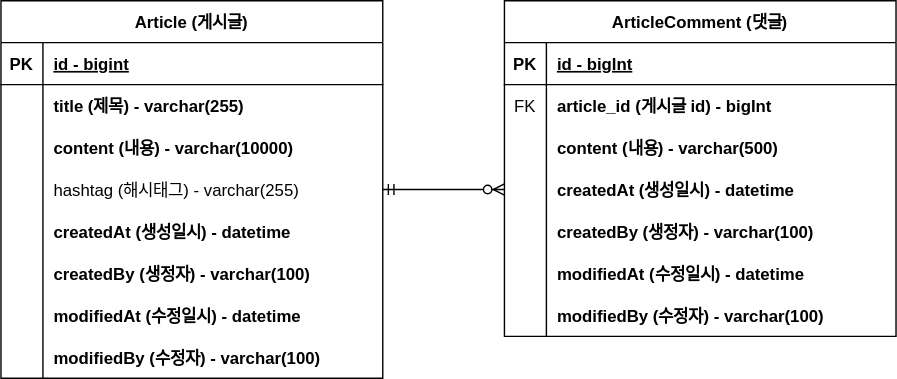
Before: document/project-board-erd.svg, a diagram exported from draw.io (k1064190/fastcampus-project-board). Source tidied: cells renumbered, new cells last; positions are measured from the earlier drawing's top-left corner, leaving out a move shared by most shapes.
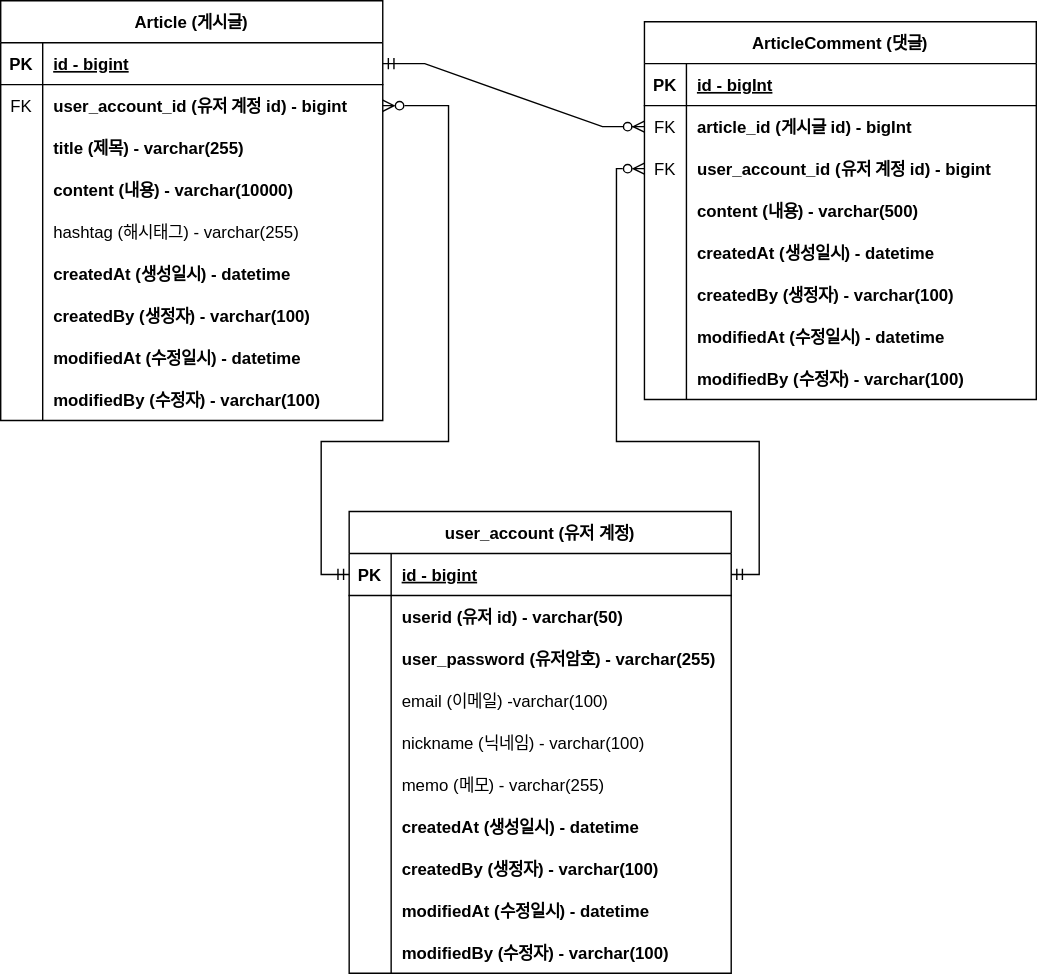
After the change.

Diff of the diagram source:
```diff
@@ -3,7 +3,7 @@
     <mxCell id="0" />
     <mxCell id="1" parent="0" />
     <mxCell id="2" value="Article (게시글)" style="shape=table;startSize=30;rowLines=0;fontStyle=1;align=center;" parent="1" vertex="1">
-      <mxGeometry width="273" height="270" as="geometry" />
+      <mxGeometry x="-100" y="-15" width="273" height="300" as="geometry" />
     </mxCell>
     <mxCell id="3" style="shape=tableRow;horizontal=0;startSize=0;swimlaneHead=0;swimlaneBody=0;fillColor=none;points=[[0,0.5],[1,0.5]];portConstraint=eastwest;top=0;left=0;right=0;bottom=1;" parent="2" vertex="1">
       <mxGeometry y="30" width="273" height="30" as="geometry" />
@@ -17,14 +17,23 @@
     <mxCell id="6" style="shape=tableRow;horizontal=0;startSize=0;swimlaneHead=0;swimlaneBody=0;fillColor=none;points=[[0,0.5],[1,0.5]];portConstraint=eastwest;top=0;left=0;right=0;bottom=0;" parent="2" vertex="1">
       <mxGeometry y="60" width="273" height="30" as="geometry" />
     </mxCell>
-    <mxCell id="7" style="shape=partialRectangle;fillColor=none;top=0;left=0;bottom=0;right=0;overflow=hidden;" parent="6" vertex="1">
+    <mxCell id="7" value="FK" style="shape=partialRectangle;fillColor=none;top=0;left=0;bottom=0;right=0;overflow=hidden;" parent="6" vertex="1">
       <mxGeometry width="30" height="30" as="geometry" />
     </mxCell>
-    <mxCell id="8" value="title (제목) - varchar(255)" style="shape=partialRectangle;fillColor=none;top=0;left=0;bottom=0;right=0;align=left;spacingLeft=6;overflow=hidden;fontStyle=1;" parent="6" vertex="1">
+    <mxCell id="8" value="user_account_id (유저 계정 id) - bigint" style="shape=partialRectangle;fillColor=none;top=0;left=0;bottom=0;right=0;align=left;spacingLeft=6;overflow=hidden;fontStyle=1;" parent="6" vertex="1">
       <mxGeometry x="30" width="243" height="30" as="geometry" />
     </mxCell>
+    <mxCell id="50" style="shape=tableRow;horizontal=0;startSize=0;swimlaneHead=0;swimlaneBody=0;fillColor=none;top=0;left=0;right=0;bottom=0;" parent="2" vertex="1">
+      <mxGeometry y="90" width="273" height="30" as="geometry" />
+    </mxCell>
+    <mxCell id="51" style="shape=partialRectangle;fillColor=none;top=0;left=0;bottom=0;right=0;overflow=hidden;" parent="50" vertex="1">
+      <mxGeometry width="30" height="30" as="geometry" />
+    </mxCell>
+    <mxCell id="52" value="title (제목) - varchar(255)" style="shape=partialRectangle;fillColor=none;top=0;left=0;bottom=0;right=0;align=left;spacingLeft=6;overflow=hidden;fontStyle=1;" parent="50" vertex="1">
+      <mxGeometry x="30" width="243" height="30" as="geometry" />
+    </mxCell>
     <mxCell id="9" style="shape=tableRow;horizontal=0;startSize=0;swimlaneHead=0;swimlaneBody=0;fillColor=none;top=0;left=0;right=0;bottom=0;" parent="2" vertex="1">
-      <mxGeometry y="90" width="273" height="30" as="geometry" />
+      <mxGeometry y="120" width="273" height="30" as="geometry" />
     </mxCell>
     <mxCell id="10" style="shape=partialRectangle;fillColor=none;top=0;left=0;bottom=0;right=0;overflow=hidden;" parent="9" vertex="1">
       <mxGeometry width="30" height="30" as="geometry" />
@@ -33,7 +42,7 @@
       <mxGeometry x="30" width="243" height="30" as="geometry" />
     </mxCell>
     <mxCell id="12" style="shape=tableRow;horizontal=0;startSize=0;swimlaneHead=0;swimlaneBody=0;fillColor=none;points=[[0,0.5],[1,0.5]];portConstraint=eastwest;top=0;left=0;right=0;bottom=0;" parent="2" vertex="1">
-      <mxGeometry y="120" width="273" height="30" as="geometry" />
+      <mxGeometry y="150" width="273" height="30" as="geometry" />
     </mxCell>
     <mxCell id="13" style="shape=partialRectangle;fillColor=none;top=0;left=0;bottom=0;right=0;overflow=hidden;" parent="12" vertex="1">
       <mxGeometry width="30" height="30" as="geometry" />
@@ -42,7 +51,7 @@
       <mxGeometry x="30" width="243" height="30" as="geometry" />
     </mxCell>
     <mxCell id="15" style="shape=tableRow;horizontal=0;startSize=0;swimlaneHead=0;swimlaneBody=0;fillColor=none;top=0;left=0;right=0;bottom=0;" parent="2" vertex="1">
-      <mxGeometry y="150" width="273" height="30" as="geometry" />
+      <mxGeometry y="180" width="273" height="30" as="geometry" />
     </mxCell>
     <mxCell id="16" style="shape=partialRectangle;fillColor=none;top=0;left=0;bottom=0;right=0;overflow=hidden;" parent="15" vertex="1">
       <mxGeometry width="30" height="30" as="geometry" />
@@ -51,7 +60,7 @@
       <mxGeometry x="30" width="243" height="30" as="geometry" />
     </mxCell>
     <mxCell id="18" style="shape=tableRow;horizontal=0;startSize=0;swimlaneHead=0;swimlaneBody=0;fillColor=none;top=0;left=0;right=0;bottom=0;" parent="2" vertex="1">
-      <mxGeometry y="180" width="273" height="30" as="geometry" />
+      <mxGeometry y="210" width="273" height="30" as="geometry" />
     </mxCell>
     <mxCell id="19" style="shape=partialRectangle;fillColor=none;top=0;left=0;bottom=0;right=0;overflow=hidden;" parent="18" vertex="1">
       <mxGeometry width="30" height="30" as="geometry" />
@@ -60,7 +69,7 @@
       <mxGeometry x="30" width="243" height="30" as="geometry" />
     </mxCell>
     <mxCell id="21" style="shape=tableRow;horizontal=0;startSize=0;swimlaneHead=0;swimlaneBody=0;fillColor=none;top=0;left=0;right=0;bottom=0;" parent="2" vertex="1">
-      <mxGeometry y="210" width="273" height="30" as="geometry" />
+      <mxGeometry y="240" width="273" height="30" as="geometry" />
     </mxCell>
     <mxCell id="22" style="shape=partialRectangle;fillColor=none;top=0;left=0;bottom=0;right=0;overflow=hidden;" parent="21" vertex="1">
       <mxGeometry width="30" height="30" as="geometry" />
@@ -69,7 +78,7 @@
       <mxGeometry x="30" width="243" height="30" as="geometry" />
     </mxCell>
     <mxCell id="24" style="shape=tableRow;horizontal=0;startSize=0;swimlaneHead=0;swimlaneBody=0;fillColor=none;top=0;left=0;right=0;bottom=0;" parent="2" vertex="1">
-      <mxGeometry y="240" width="273" height="30" as="geometry" />
+      <mxGeometry y="270" width="273" height="30" as="geometry" />
     </mxCell>
     <mxCell id="25" style="shape=partialRectangle;fillColor=none;top=0;left=0;bottom=0;right=0;overflow=hidden;" parent="24" vertex="1">
       <mxGeometry width="30" height="30" as="geometry" />
@@ -78,7 +87,7 @@
       <mxGeometry x="30" width="243" height="30" as="geometry" />
     </mxCell>
     <mxCell id="27" value="ArticleComment (댓글)" style="shape=table;startSize=30;rowLines=0;fontStyle=1;align=center;" parent="1" vertex="1">
-      <mxGeometry x="360" width="280" height="240" as="geometry" />
+      <mxGeometry x="360" width="280" height="270" as="geometry" />
     </mxCell>
     <mxCell id="28" style="shape=tableRow;horizontal=0;startSize=0;swimlaneHead=0;swimlaneBody=0;fillColor=none;top=0;left=0;right=0;bottom=1;" parent="27" vertex="1">
       <mxGeometry y="30" width="280" height="30" as="geometry" />
@@ -98,8 +107,17 @@
     <mxCell id="33" value="article_id (게시글 id) - bigInt" style="shape=partialRectangle;fillColor=none;top=0;left=0;bottom=0;right=0;align=left;spacingLeft=6;overflow=hidden;fontStyle=1;" parent="31" vertex="1">
       <mxGeometry x="30" width="250" height="30" as="geometry" />
     </mxCell>
+    <mxCell id="53" style="shape=tableRow;horizontal=0;startSize=0;swimlaneHead=0;swimlaneBody=0;fillColor=none;points=[[0,0.5],[1,0.5]];portConstraint=eastwest;top=0;left=0;right=0;bottom=0;" parent="27" vertex="1">
+      <mxGeometry y="90" width="280" height="30" as="geometry" />
+    </mxCell>
+    <mxCell id="54" value="FK" style="shape=partialRectangle;fillColor=none;top=0;left=0;bottom=0;right=0;overflow=hidden;" parent="53" vertex="1">
+      <mxGeometry width="30" height="30" as="geometry" />
+    </mxCell>
+    <mxCell id="55" value="user_account_id (유저 계정 id) - bigint" style="shape=partialRectangle;fillColor=none;top=0;left=0;bottom=0;right=0;align=left;spacingLeft=6;overflow=hidden;fontStyle=1;" parent="53" vertex="1">
+      <mxGeometry x="30" width="250" height="30" as="geometry" />
+    </mxCell>
     <mxCell id="34" style="shape=tableRow;horizontal=0;startSize=0;swimlaneHead=0;swimlaneBody=0;fillColor=none;top=0;left=0;right=0;bottom=0;" parent="27" vertex="1">
-      <mxGeometry y="90" width="280" height="30" as="geometry" />
+      <mxGeometry y="120" width="280" height="30" as="geometry" />
     </mxCell>
     <mxCell id="35" style="shape=partialRectangle;fillColor=none;top=0;left=0;bottom=0;right=0;overflow=hidden;" parent="34" vertex="1">
       <mxGeometry width="30" height="30" as="geometry" />
@@ -108,7 +126,7 @@
       <mxGeometry x="30" width="250" height="30" as="geometry" />
     </mxCell>
     <mxCell id="37" style="shape=tableRow;horizontal=0;startSize=0;swimlaneHead=0;swimlaneBody=0;fillColor=none;points=[[0,0.5],[1,0.5]];portConstraint=eastwest;top=0;left=0;right=0;bottom=0;" parent="27" vertex="1">
-      <mxGeometry y="120" width="280" height="30" as="geometry" />
+      <mxGeometry y="150" width="280" height="30" as="geometry" />
     </mxCell>
     <mxCell id="38" style="shape=partialRectangle;fillColor=none;top=0;left=0;bottom=0;right=0;overflow=hidden;" parent="37" vertex="1">
       <mxGeometry width="30" height="30" as="geometry" />
@@ -117,7 +135,7 @@
       <mxGeometry x="30" width="250" height="30" as="geometry" />
     </mxCell>
     <mxCell id="40" style="shape=tableRow;horizontal=0;startSize=0;swimlaneHead=0;swimlaneBody=0;fillColor=none;top=0;left=0;right=0;bottom=0;" parent="27" vertex="1">
-      <mxGeometry y="150" width="280" height="30" as="geometry" />
+      <mxGeometry y="180" width="280" height="30" as="geometry" />
     </mxCell>
     <mxCell id="41" style="shape=partialRectangle;fillColor=none;top=0;left=0;bottom=0;right=0;overflow=hidden;" parent="40" vertex="1">
       <mxGeometry width="30" height="30" as="geometry" />
@@ -126,7 +144,7 @@
       <mxGeometry x="30" width="250" height="30" as="geometry" />
     </mxCell>
     <mxCell id="43" style="shape=tableRow;horizontal=0;startSize=0;swimlaneHead=0;swimlaneBody=0;fillColor=none;top=0;left=0;right=0;bottom=0;" parent="27" vertex="1">
-      <mxGeometry y="180" width="280" height="30" as="geometry" />
+      <mxGeometry y="210" width="280" height="30" as="geometry" />
     </mxCell>
     <mxCell id="44" style="shape=partialRectangle;fillColor=none;top=0;left=0;bottom=0;right=0;overflow=hidden;" parent="43" vertex="1">
       <mxGeometry width="30" height="30" as="geometry" />
@@ -135,7 +153,7 @@
       <mxGeometry x="30" width="250" height="30" as="geometry" />
     </mxCell>
     <mxCell id="46" style="shape=tableRow;horizontal=0;startSize=0;swimlaneHead=0;swimlaneBody=0;fillColor=none;top=0;left=0;right=0;bottom=0;" parent="27" vertex="1">
-      <mxGeometry y="210" width="280" height="30" as="geometry" />
+      <mxGeometry y="240" width="280" height="30" as="geometry" />
     </mxCell>
     <mxCell id="47" style="shape=partialRectangle;fillColor=none;top=0;left=0;bottom=0;right=0;overflow=hidden;" parent="46" vertex="1">
       <mxGeometry width="30" height="30" as="geometry" />
@@ -143,8 +161,121 @@
     <mxCell id="48" value="modifiedBy (수정자) - varchar(100)" style="shape=partialRectangle;fillColor=none;top=0;left=0;bottom=0;right=0;align=left;spacingLeft=6;overflow=hidden;fontStyle=1;" parent="46" vertex="1">
       <mxGeometry x="30" width="250" height="30" as="geometry" />
     </mxCell>
-    <mxCell id="49" style="edgeStyle=entityRelationEdgeStyle;fontSize=12;html=1;endArrow=ERzeroToMany;startArrow=ERmandOne;rounded=0;" parent="1" edge="1" source="12" target="37">
+    <mxCell id="49" style="edgeStyle=entityRelationEdgeStyle;fontSize=12;html=1;endArrow=ERzeroToMany;startArrow=ERmandOne;rounded=0;exitX=1;exitY=0.5;exitDx=0;exitDy=0;entryX=0;entryY=0.5;entryDx=0;entryDy=0;" parent="1" edge="1" source="3" target="31">
       <mxGeometry relative="1" as="geometry" />
     </mxCell>
+    <mxCell id="56" value="user_account (유저 계정)" style="shape=table;startSize=30;rowLines=0;fontStyle=1;align=center;" parent="1" vertex="1">
+      <mxGeometry x="149" y="350" width="273" height="330" as="geometry" />
+    </mxCell>
+    <mxCell id="57" style="shape=tableRow;horizontal=0;startSize=0;swimlaneHead=0;swimlaneBody=0;fillColor=none;points=[[0,0.5],[1,0.5]];portConstraint=eastwest;top=0;left=0;right=0;bottom=1;" parent="56" vertex="1">
+      <mxGeometry y="30" width="273" height="30" as="geometry" />
+    </mxCell>
+    <mxCell id="58" value="PK" style="shape=partialRectangle;fillColor=none;top=0;left=0;bottom=0;right=0;fontStyle=1;overflow=hidden;" parent="57" vertex="1">
+      <mxGeometry width="30" height="30" as="geometry" />
+    </mxCell>
+    <mxCell id="59" value="id - bigint" style="shape=partialRectangle;fillColor=none;top=0;left=0;bottom=0;right=0;align=left;spacingLeft=6;fontStyle=5;overflow=hidden;" parent="57" vertex="1">
+      <mxGeometry x="30" width="243" height="30" as="geometry" />
+    </mxCell>
+    <mxCell id="60" style="shape=tableRow;horizontal=0;startSize=0;swimlaneHead=0;swimlaneBody=0;fillColor=none;top=0;left=0;right=0;bottom=0;" parent="56" vertex="1">
+      <mxGeometry y="60" width="273" height="30" as="geometry" />
+    </mxCell>
+    <mxCell id="61" style="shape=partialRectangle;fillColor=none;top=0;left=0;bottom=0;right=0;overflow=hidden;" parent="60" vertex="1">
+      <mxGeometry width="30" height="30" as="geometry" />
+    </mxCell>
+    <mxCell id="62" value="userid (유저 id) - varchar(50)" style="shape=partialRectangle;fillColor=none;top=0;left=0;bottom=0;right=0;align=left;spacingLeft=6;overflow=hidden;fontStyle=1;" parent="60" vertex="1">
+      <mxGeometry x="30" width="243" height="30" as="geometry" />
+    </mxCell>
+    <mxCell id="63" style="shape=tableRow;horizontal=0;startSize=0;swimlaneHead=0;swimlaneBody=0;fillColor=none;top=0;left=0;right=0;bottom=0;" parent="56" vertex="1">
+      <mxGeometry y="90" width="273" height="30" as="geometry" />
+    </mxCell>
+    <mxCell id="64" style="shape=partialRectangle;fillColor=none;top=0;left=0;bottom=0;right=0;overflow=hidden;" parent="63" vertex="1">
+      <mxGeometry width="30" height="30" as="geometry" />
+    </mxCell>
+    <mxCell id="65" value="user_password (유저암호) - varchar(255)" style="shape=partialRectangle;fillColor=none;top=0;left=0;bottom=0;right=0;align=left;spacingLeft=6;overflow=hidden;fontStyle=1;" parent="63" vertex="1">
+      <mxGeometry x="30" width="243" height="30" as="geometry" />
+    </mxCell>
+    <mxCell id="66" style="shape=tableRow;horizontal=0;startSize=0;swimlaneHead=0;swimlaneBody=0;fillColor=none;top=0;left=0;right=0;bottom=0;" parent="56" vertex="1">
+      <mxGeometry y="120" width="273" height="30" as="geometry" />
+    </mxCell>
+    <mxCell id="67" style="shape=partialRectangle;fillColor=none;top=0;left=0;bottom=0;right=0;overflow=hidden;" parent="66" vertex="1">
+      <mxGeometry width="30" height="30" as="geometry" />
+    </mxCell>
+    <mxCell id="68" value="email (이메일) -varchar(100)" style="shape=partialRectangle;fillColor=none;top=0;left=0;bottom=0;right=0;align=left;spacingLeft=6;overflow=hidden;" parent="66" vertex="1">
+      <mxGeometry x="30" width="243" height="30" as="geometry" />
+    </mxCell>
+    <mxCell id="69" style="shape=tableRow;horizontal=0;startSize=0;swimlaneHead=0;swimlaneBody=0;fillColor=none;top=0;left=0;right=0;bottom=0;" parent="56" vertex="1">
+      <mxGeometry y="150" width="273" height="30" as="geometry" />
+    </mxCell>
+    <mxCell id="70" style="shape=partialRectangle;fillColor=none;top=0;left=0;bottom=0;right=0;overflow=hidden;" parent="69" vertex="1">
+      <mxGeometry width="30" height="30" as="geometry" />
+    </mxCell>
+    <mxCell id="71" value="nickname (닉네임) - varchar(100)" style="shape=partialRectangle;fillColor=none;top=0;left=0;bottom=0;right=0;align=left;spacingLeft=6;overflow=hidden;" parent="69" vertex="1">
+      <mxGeometry x="30" width="243" height="30" as="geometry" />
+    </mxCell>
+    <mxCell id="72" style="shape=tableRow;horizontal=0;startSize=0;swimlaneHead=0;swimlaneBody=0;fillColor=none;top=0;left=0;right=0;bottom=0;" parent="56" vertex="1">
+      <mxGeometry y="180" width="273" height="30" as="geometry" />
+    </mxCell>
+    <mxCell id="73" style="shape=partialRectangle;fillColor=none;top=0;left=0;bottom=0;right=0;overflow=hidden;" parent="72" vertex="1">
+      <mxGeometry width="30" height="30" as="geometry" />
+    </mxCell>
+    <mxCell id="74" value="memo (메모) - varchar(255)" style="shape=partialRectangle;fillColor=none;top=0;left=0;bottom=0;right=0;align=left;spacingLeft=6;overflow=hidden;" parent="72" vertex="1">
+      <mxGeometry x="30" width="243" height="30" as="geometry" />
+    </mxCell>
+    <mxCell id="75" style="shape=tableRow;horizontal=0;startSize=0;swimlaneHead=0;swimlaneBody=0;fillColor=none;top=0;left=0;right=0;bottom=0;" parent="56" vertex="1">
+      <mxGeometry y="210" width="273" height="30" as="geometry" />
+    </mxCell>
+    <mxCell id="76" style="shape=partialRectangle;fillColor=none;top=0;left=0;bottom=0;right=0;overflow=hidden;" parent="75" vertex="1">
+      <mxGeometry width="30" height="30" as="geometry" />
+    </mxCell>
+    <mxCell id="77" value="createdAt (생성일시) - datetime" style="shape=partialRectangle;fillColor=none;top=0;left=0;bottom=0;right=0;align=left;spacingLeft=6;overflow=hidden;fontStyle=1;" parent="75" vertex="1">
+      <mxGeometry x="30" width="243" height="30" as="geometry" />
+    </mxCell>
+    <mxCell id="78" style="shape=tableRow;horizontal=0;startSize=0;swimlaneHead=0;swimlaneBody=0;fillColor=none;top=0;left=0;right=0;bottom=0;" parent="56" vertex="1">
+      <mxGeometry y="240" width="273" height="30" as="geometry" />
+    </mxCell>
+    <mxCell id="79" style="shape=partialRectangle;fillColor=none;top=0;left=0;bottom=0;right=0;overflow=hidden;" parent="78" vertex="1">
+      <mxGeometry width="30" height="30" as="geometry" />
+    </mxCell>
+    <mxCell id="80" value="createdBy (생정자) - varchar(100)" style="shape=partialRectangle;fillColor=none;top=0;left=0;bottom=0;right=0;align=left;spacingLeft=6;overflow=hidden;fontStyle=1;" parent="78" vertex="1">
+      <mxGeometry x="30" width="243" height="30" as="geometry" />
+    </mxCell>
+    <mxCell id="81" style="shape=tableRow;horizontal=0;startSize=0;swimlaneHead=0;swimlaneBody=0;fillColor=none;top=0;left=0;right=0;bottom=0;" parent="56" vertex="1">
+      <mxGeometry y="270" width="273" height="30" as="geometry" />
+    </mxCell>
+    <mxCell id="82" style="shape=partialRectangle;fillColor=none;top=0;left=0;bottom=0;right=0;overflow=hidden;" parent="81" vertex="1">
+      <mxGeometry width="30" height="30" as="geometry" />
+    </mxCell>
+    <mxCell id="83" value="modifiedAt (수정일시) - datetime" style="shape=partialRectangle;fillColor=none;top=0;left=0;bottom=0;right=0;align=left;spacingLeft=6;overflow=hidden;fontStyle=1;" parent="81" vertex="1">
+      <mxGeometry x="30" width="243" height="30" as="geometry" />
+    </mxCell>
+    <mxCell id="84" style="shape=tableRow;horizontal=0;startSize=0;swimlaneHead=0;swimlaneBody=0;fillColor=none;top=0;left=0;right=0;bottom=0;" parent="56" vertex="1">
+      <mxGeometry y="300" width="273" height="30" as="geometry" />
+    </mxCell>
+    <mxCell id="85" style="shape=partialRectangle;fillColor=none;top=0;left=0;bottom=0;right=0;overflow=hidden;" parent="84" vertex="1">
+      <mxGeometry width="30" height="30" as="geometry" />
+    </mxCell>
+    <mxCell id="86" value="modifiedBy (수정자) - varchar(100)" style="shape=partialRectangle;fillColor=none;top=0;left=0;bottom=0;right=0;align=left;spacingLeft=6;overflow=hidden;fontStyle=1;" parent="84" vertex="1">
+      <mxGeometry x="30" width="243" height="30" as="geometry" />
+    </mxCell>
+    <mxCell id="87" style="edgeStyle=orthogonalEdgeStyle;rounded=0;jettySize=auto;html=1;endArrow=ERmandOne;endFill=0;startArrow=ERzeroToMany;startFill=0;entryX=0;entryY=0.5;entryDx=0;entryDy=0;" parent="1" edge="1" source="6" target="57">
+      <mxGeometry relative="1" as="geometry">
+        <Array as="points">
+          <mxPoint x="220" y="60" />
+          <mxPoint x="220" y="300" />
+          <mxPoint x="129" y="300" />
+          <mxPoint x="129" y="395" />
+        </Array>
+      </mxGeometry>
+    </mxCell>
+    <mxCell id="88" style="edgeStyle=orthogonalEdgeStyle;rounded=0;jettySize=auto;html=1;entryX=1;entryY=0.5;entryDx=0;entryDy=0;endArrow=ERmandOne;endFill=0;startArrow=ERzeroToMany;startFill=0;" parent="1" edge="1" source="53" target="57">
+      <mxGeometry relative="1" as="geometry">
+        <Array as="points">
+          <mxPoint x="340" y="105" />
+          <mxPoint x="340" y="300" />
+          <mxPoint x="442" y="300" />
+          <mxPoint x="442" y="395" />
+        </Array>
+      </mxGeometry>
+    </mxCell>
   </root>
 </mxGraphModel>
```
